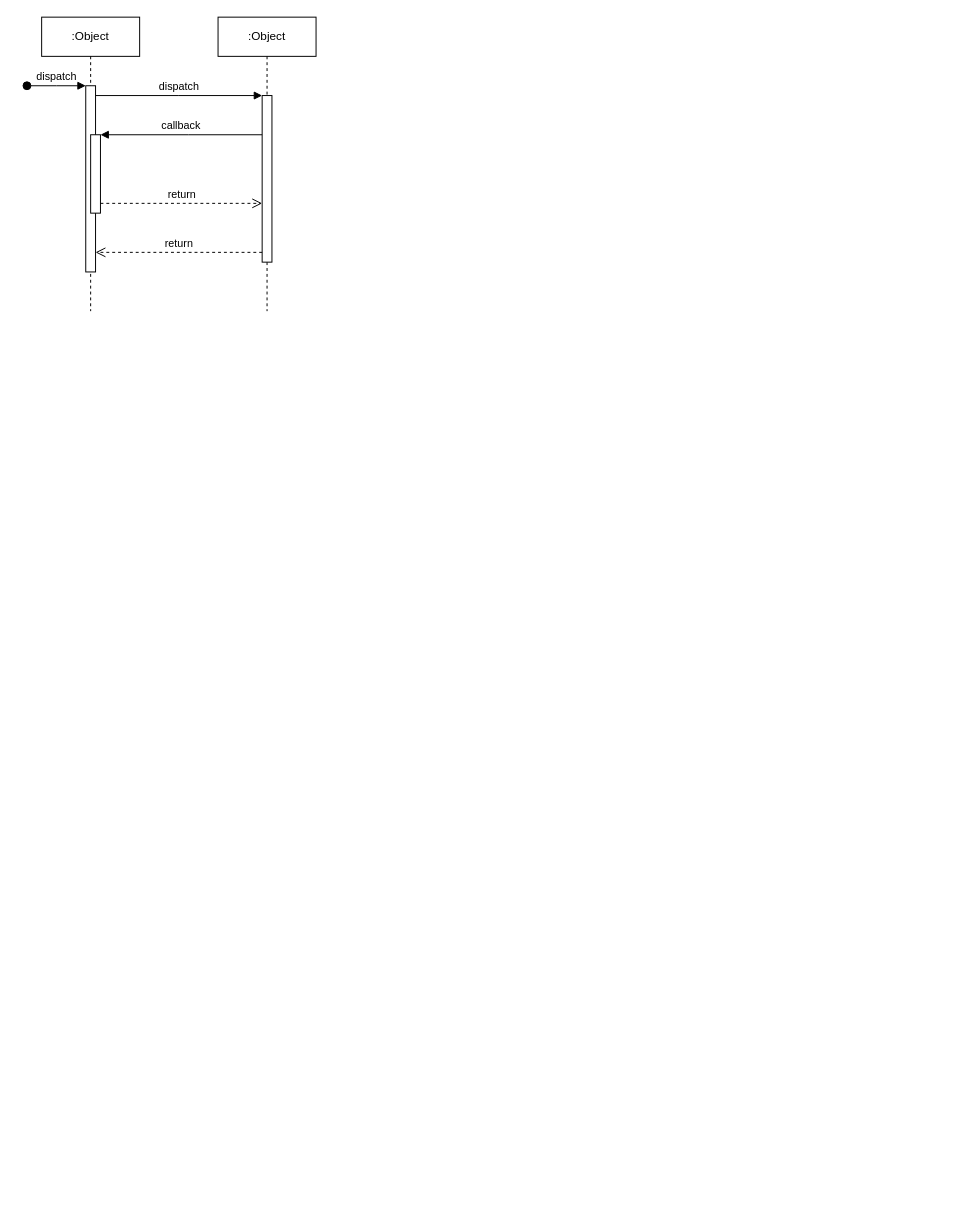
Above: sequence_diagram_anomaly_detection.drawio in ShineSoYoung/TEST (draw.io), before the change. Source tidied: cells renumbered, new cells numbered last; positions are measured from the earlier drawing's top-left corner, leaving out a move shared by most shapes. Both pictures are drawn from the tidied source at 98%, with x=0, y=0 at pixel (26, 17).
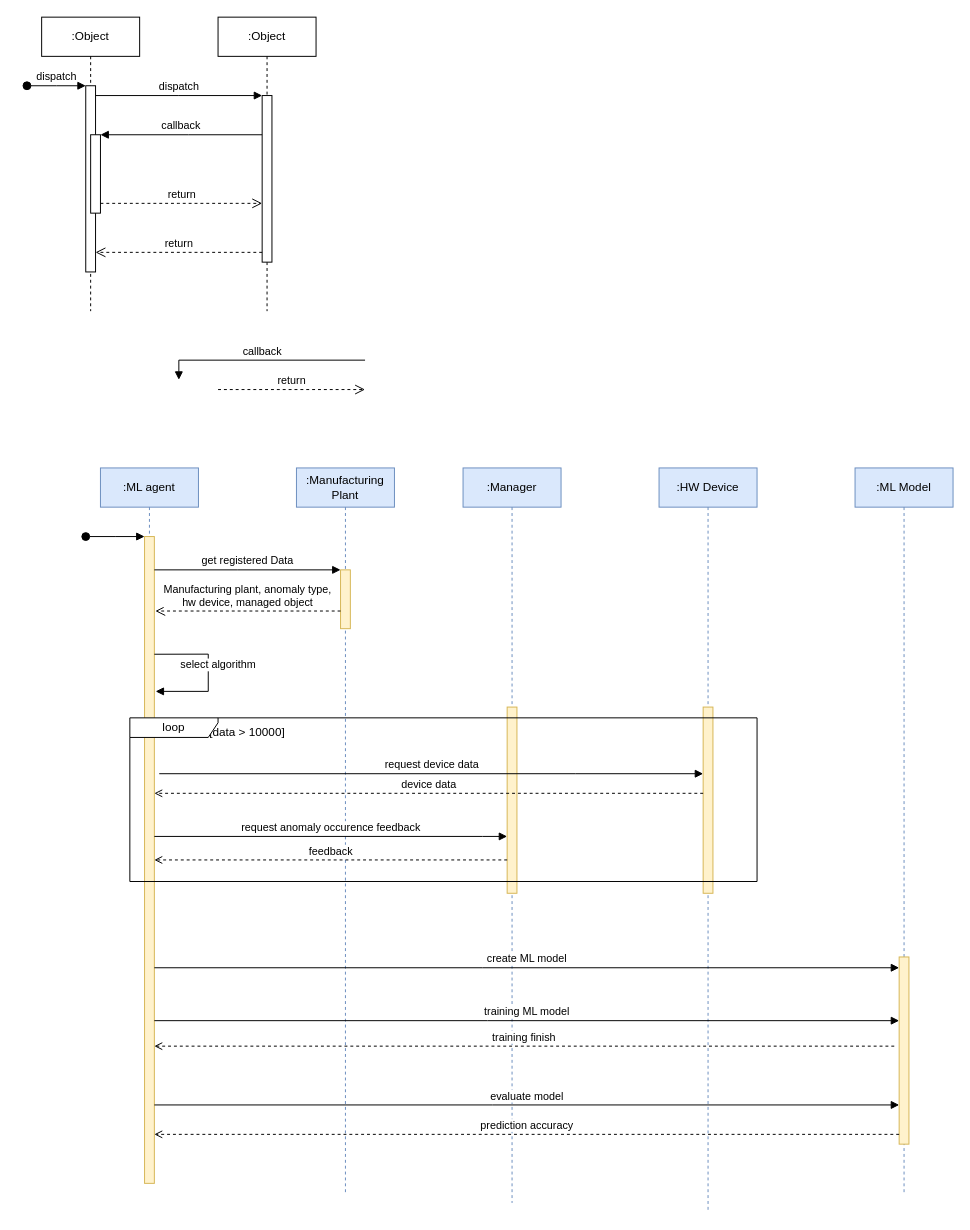
Above is the later version.

The edit, as a diff of the source:
```diff
@@
+    <mxCell id="12" value=":ML agent" style="shape=umlLifeline;perimeter=lifelinePerimeter;whiteSpace=wrap;html=1;newEdgeStyle={&quot;edgeStyle&quot;:&quot;elbowEdgeStyle&quot;,&quot;elbow&quot;:&quot;vertical&quot;,&quot;curved&quot;:0,&quot;rounded&quot;:0};fillColor=#dae8fc;strokeColor=#6c8ebf;" parent="1" vertex="1">
+      <mxGeometry x="75" y="460" width="100" height="730" as="geometry" />
+    </mxCell>
+    <mxCell id="13" style="html=1;verticalAlign=bottom;startArrow=oval;endArrow=block;startSize=8;edgeStyle=elbowEdgeStyle;elbow=vertical;curved=0;rounded=0;" parent="12" edge="1" target="14">
+      <mxGeometry relative="1" as="geometry">
+        <mxPoint x="-15" y="70" as="sourcePoint" />
+      </mxGeometry>
+    </mxCell>
+    <mxCell id="14" style="html=1;points=[];perimeter=orthogonalPerimeter;outlineConnect=0;targetShapes=umlLifeline;portConstraint=eastwest;newEdgeStyle={&quot;edgeStyle&quot;:&quot;elbowEdgeStyle&quot;,&quot;elbow&quot;:&quot;vertical&quot;,&quot;curved&quot;:0,&quot;rounded&quot;:0};fillColor=#fff2cc;strokeColor=#d6b656;" parent="12" vertex="1">
+      <mxGeometry x="45" y="70" width="10" height="660" as="geometry" />
+    </mxCell>
+    <mxCell id="15" value=":Manufacturing Plant" style="shape=umlLifeline;perimeter=lifelinePerimeter;whiteSpace=wrap;html=1;newEdgeStyle={&quot;edgeStyle&quot;:&quot;elbowEdgeStyle&quot;,&quot;elbow&quot;:&quot;vertical&quot;,&quot;curved&quot;:0,&quot;rounded&quot;:0};fillColor=#dae8fc;strokeColor=#6c8ebf;" parent="1" vertex="1">
+      <mxGeometry x="275" y="460" width="100" height="740" as="geometry" />
+    </mxCell>
+    <mxCell id="16" style="html=1;points=[];perimeter=orthogonalPerimeter;outlineConnect=0;targetShapes=umlLifeline;portConstraint=eastwest;newEdgeStyle={&quot;edgeStyle&quot;:&quot;elbowEdgeStyle&quot;,&quot;elbow&quot;:&quot;vertical&quot;,&quot;curved&quot;:0,&quot;rounded&quot;:0};fillColor=#fff2cc;strokeColor=#d6b656;" parent="15" vertex="1">
+      <mxGeometry x="45" y="104" width="10" height="60" as="geometry" />
+    </mxCell>
+    <mxCell id="17" value="get registered Data" style="html=1;verticalAlign=bottom;endArrow=block;edgeStyle=elbowEdgeStyle;elbow=vertical;curved=0;rounded=0;" parent="1" edge="1" target="16">
+      <mxGeometry relative="1" as="geometry">
+        <mxPoint x="130" y="564" as="sourcePoint" />
+        <Array as="points">
+          <mxPoint x="215" y="564" />
+        </Array>
+      </mxGeometry>
+    </mxCell>
+    <mxCell id="18" value="callback" style="html=1;verticalAlign=bottom;endArrow=block;edgeStyle=elbowEdgeStyle;elbow=vertical;curved=0;rounded=0;" parent="1" edge="1">
+      <mxGeometry relative="1" as="geometry">
+        <mxPoint x="345" y="350" as="sourcePoint" />
+        <mxPoint x="155" y="370" as="targetPoint" />
+        <Array as="points">
+          <mxPoint x="325" y="350" />
+          <mxPoint x="265" y="610" />
+          <mxPoint x="225" y="580" />
+        </Array>
+      </mxGeometry>
+    </mxCell>
+    <mxCell id="19" value="return" style="html=1;verticalAlign=bottom;endArrow=open;dashed=1;endSize=8;edgeStyle=elbowEdgeStyle;elbow=vertical;curved=0;rounded=0;" parent="1" edge="1">
+      <mxGeometry relative="1" as="geometry">
+        <mxPoint x="195" y="380" as="sourcePoint" />
+        <mxPoint x="345" y="380" as="targetPoint" />
+        <Array as="points">
+          <mxPoint x="265" y="380" />
+        </Array>
+      </mxGeometry>
+    </mxCell>
+    <mxCell id="20" value=":Manager" style="shape=umlLifeline;perimeter=lifelinePerimeter;whiteSpace=wrap;html=1;newEdgeStyle={&quot;edgeStyle&quot;:&quot;elbowEdgeStyle&quot;,&quot;elbow&quot;:&quot;vertical&quot;,&quot;curved&quot;:0,&quot;rounded&quot;:0};fillColor=#dae8fc;strokeColor=#6c8ebf;" parent="1" vertex="1">
+      <mxGeometry x="445" y="460" width="100" height="750" as="geometry" />
+    </mxCell>
+    <mxCell id="21" style="html=1;perimeter=orthogonalPerimeter;targetShapes=umlLifeline;newEdgeStyle={&quot;edgeStyle&quot;:&quot;elbowEdgeStyle&quot;,&quot;elbow&quot;:&quot;vertical&quot;,&quot;curved&quot;:0,&quot;rounded&quot;:0};fillColor=#fff2cc;strokeColor=#d6b656;" parent="20" vertex="1">
+      <mxGeometry x="45" y="244" width="10" height="190" as="geometry" />
+    </mxCell>
+    <mxCell id="22" value=":HW Device" style="shape=umlLifeline;perimeter=lifelinePerimeter;whiteSpace=wrap;html=1;newEdgeStyle={&quot;edgeStyle&quot;:&quot;elbowEdgeStyle&quot;,&quot;elbow&quot;:&quot;vertical&quot;,&quot;curved&quot;:0,&quot;rounded&quot;:0};fillColor=#dae8fc;strokeColor=#6c8ebf;" parent="1" vertex="1">
+      <mxGeometry x="645" y="460" width="100" height="760" as="geometry" />
+    </mxCell>
+    <mxCell id="23" style="html=1;perimeter=orthogonalPerimeter;targetShapes=umlLifeline;newEdgeStyle={&quot;edgeStyle&quot;:&quot;elbowEdgeStyle&quot;,&quot;elbow&quot;:&quot;vertical&quot;,&quot;curved&quot;:0,&quot;rounded&quot;:0};fillColor=#fff2cc;strokeColor=#d6b656;" parent="22" vertex="1">
+      <mxGeometry x="45" y="244" width="10" height="190" as="geometry" />
+    </mxCell>
+    <mxCell id="24" value="Manufacturing plant, anomaly type, &lt;br&gt;hw device, managed object&lt;br&gt;" style="html=1;verticalAlign=bottom;endArrow=open;dashed=1;endSize=8;edgeStyle=elbowEdgeStyle;elbow=vertical;curved=0;rounded=0;" parent="1" edge="1" source="16">
+      <mxGeometry relative="1" as="geometry">
+        <mxPoint x="131" y="606" as="targetPoint" />
+        <Array as="points">
+          <mxPoint x="226" y="606" />
+        </Array>
+      </mxGeometry>
+    </mxCell>
+    <mxCell id="25" value="request anomaly occurence feedback" style="html=1;verticalAlign=bottom;endArrow=block;edgeStyle=elbowEdgeStyle;elbow=vertical;curved=0;rounded=0;" parent="1" edge="1">
+      <mxGeometry relative="1" as="geometry">
+        <mxPoint x="130" y="836" as="sourcePoint" />
+        <mxPoint x="490" y="836" as="targetPoint" />
+        <Array as="points">
+          <mxPoint x="465" y="836" />
+          <mxPoint x="185" y="646" />
+          <mxPoint x="295" y="646" />
+          <mxPoint x="225" y="566" />
+        </Array>
+      </mxGeometry>
+    </mxCell>
+    <mxCell id="26" value="[data &amp;gt; 10000]" style="text;html=1;strokeColor=none;fillColor=none;align=center;verticalAlign=middle;whiteSpace=wrap;rounded=0;" parent="1" vertex="1">
+      <mxGeometry x="175" y="715" width="100" height="30" as="geometry" />
+    </mxCell>
+    <mxCell id="27" value="device data" style="html=1;verticalAlign=bottom;endArrow=open;edgeStyle=elbowEdgeStyle;elbow=vertical;curved=0;rounded=0;endFill=0;dashed=1;" parent="1" edge="1">
+      <mxGeometry relative="1" as="geometry">
+        <mxPoint x="690" y="792" as="sourcePoint" />
+        <mxPoint x="130" y="792" as="targetPoint" />
+        <Array as="points">
+          <mxPoint x="555" y="792" />
+          <mxPoint x="665" y="792" />
+          <mxPoint x="595" y="712" />
+        </Array>
+      </mxGeometry>
+    </mxCell>
+    <mxCell id="28" value="loop" style="shape=umlFrame;whiteSpace=wrap;html=1;width=90;height=20;" parent="1" vertex="1">
+      <mxGeometry x="105" y="715" width="640" height="167" as="geometry" />
+    </mxCell>
+    <mxCell id="29" value="feedback" style="html=1;verticalAlign=bottom;endArrow=open;edgeStyle=elbowEdgeStyle;elbow=vertical;curved=0;rounded=0;endFill=0;dashed=1;" parent="1" edge="1">
+      <mxGeometry relative="1" as="geometry">
+        <mxPoint x="490" y="860" as="sourcePoint" />
+        <mxPoint x="130" y="860" as="targetPoint" />
+        <Array as="points">
+          <mxPoint x="185" y="860" />
+          <mxPoint x="295" y="860" />
+          <mxPoint x="225" y="780" />
+        </Array>
+      </mxGeometry>
+    </mxCell>
+    <mxCell id="30" value="request device data" style="html=1;verticalAlign=bottom;endArrow=block;edgeStyle=elbowEdgeStyle;elbow=vertical;curved=0;rounded=0;" parent="1" edge="1">
+      <mxGeometry relative="1" as="geometry">
+        <mxPoint x="135" y="772" as="sourcePoint" />
+        <mxPoint x="690" y="772" as="targetPoint" />
+        <Array as="points">
+          <mxPoint x="560" y="772" />
+          <mxPoint x="670" y="772" />
+          <mxPoint x="600" y="692" />
+        </Array>
+      </mxGeometry>
+    </mxCell>
+    <mxCell id="31" value=":ML Model" style="shape=umlLifeline;perimeter=lifelinePerimeter;whiteSpace=wrap;html=1;newEdgeStyle={&quot;edgeStyle&quot;:&quot;elbowEdgeStyle&quot;,&quot;elbow&quot;:&quot;vertical&quot;,&quot;curved&quot;:0,&quot;rounded&quot;:0};fillColor=#dae8fc;strokeColor=#6c8ebf;" parent="1" vertex="1">
+      <mxGeometry x="845" y="460" width="100" height="740" as="geometry" />
+    </mxCell>
+    <mxCell id="32" style="html=1;points=[];perimeter=orthogonalPerimeter;outlineConnect=0;targetShapes=umlLifeline;portConstraint=eastwest;newEdgeStyle={&quot;edgeStyle&quot;:&quot;elbowEdgeStyle&quot;,&quot;elbow&quot;:&quot;vertical&quot;,&quot;curved&quot;:0,&quot;rounded&quot;:0};fillColor=#fff2cc;strokeColor=#d6b656;" parent="31" vertex="1">
+      <mxGeometry x="45" y="499" width="10" height="191" as="geometry" />
+    </mxCell>
+    <mxCell id="33" value="training ML model" style="html=1;verticalAlign=bottom;endArrow=block;edgeStyle=elbowEdgeStyle;elbow=vertical;curved=0;rounded=0;" parent="1" edge="1">
+      <mxGeometry relative="1" as="geometry">
+        <mxPoint x="130" y="1024" as="sourcePoint" />
+        <mxPoint x="890" y="1024" as="targetPoint" />
+        <Array as="points">
+          <mxPoint x="470" y="1024" />
+          <mxPoint x="190" y="834" />
+          <mxPoint x="300" y="834" />
+          <mxPoint x="230" y="754" />
+        </Array>
+      </mxGeometry>
+    </mxCell>
+    <mxCell id="34" value="training finish" style="html=1;verticalAlign=bottom;endArrow=open;edgeStyle=elbowEdgeStyle;elbow=vertical;curved=0;rounded=0;endFill=0;dashed=1;" parent="1" edge="1">
+      <mxGeometry relative="1" as="geometry">
+        <mxPoint x="885" y="1050" as="sourcePoint" />
+        <mxPoint x="130" y="1050" as="targetPoint" />
+        <Array as="points">
+          <mxPoint x="210" y="1050" />
+          <mxPoint x="320" y="1050" />
+          <mxPoint x="250" y="970" />
+        </Array>
+      </mxGeometry>
+    </mxCell>
+    <mxCell id="35" value="create ML model" style="html=1;verticalAlign=bottom;endArrow=block;edgeStyle=elbowEdgeStyle;elbow=vertical;curved=0;rounded=0;" parent="1" edge="1" source="14" target="32">
+      <mxGeometry relative="1" as="geometry">
+        <Array as="points">
+          <mxPoint x="465" y="970" />
+          <mxPoint x="185" y="780" />
+          <mxPoint x="295" y="780" />
+          <mxPoint x="225" y="700" />
+        </Array>
+      </mxGeometry>
+    </mxCell>
+    <mxCell id="36" value="select algorithm" style="html=1;verticalAlign=bottom;endArrow=block;edgeStyle=elbowEdgeStyle;elbow=vertical;curved=0;rounded=0;" parent="1" edge="1">
+      <mxGeometry x="-0.56" y="10" relative="1" as="geometry">
+        <mxPoint x="185" y="650" as="sourcePoint" />
+        <mxPoint x="131.3" y="688" as="targetPoint" />
+        <Array as="points">
+          <mxPoint x="457" y="688" />
+          <mxPoint x="482" y="802" />
+          <mxPoint x="592" y="802" />
+          <mxPoint x="522" y="722" />
+        </Array>
+      </mxGeometry>
+    </mxCell>
+    <mxCell id="37" style="endArrow=none;html=1;rounded=0;entryX=0.5;entryY=0.182;entryDx=0;entryDy=0;entryPerimeter=0;" parent="1" edge="1">
+      <mxGeometry relative="1" as="geometry">
+        <mxPoint x="185" y="650" as="sourcePoint" />
+        <mxPoint x="130" y="650.1" as="targetPoint" />
+      </mxGeometry>
+    </mxCell>
+    <mxCell id="38" value="evaluate model" style="html=1;verticalAlign=bottom;endArrow=block;edgeStyle=elbowEdgeStyle;elbow=vertical;curved=0;rounded=0;" parent="1" edge="1" source="14" target="32">
+      <mxGeometry relative="1" as="geometry">
+        <Array as="points">
+          <mxPoint x="475" y="1110" />
+          <mxPoint x="195" y="920" />
+          <mxPoint x="305" y="920" />
+          <mxPoint x="235" y="840" />
+        </Array>
+      </mxGeometry>
+    </mxCell>
+    <mxCell id="39" value="prediction accuracy" style="html=1;verticalAlign=bottom;endArrow=open;edgeStyle=elbowEdgeStyle;elbow=vertical;curved=0;rounded=0;endFill=0;dashed=1;" parent="1" edge="1" source="32" target="14">
+      <mxGeometry relative="1" as="geometry">
+        <Array as="points">
+          <mxPoint x="575" y="1140" />
+          <mxPoint x="475" y="1130" />
+          <mxPoint x="220" y="1060" />
+          <mxPoint x="330" y="1060" />
+          <mxPoint x="260" y="980" />
+        </Array>
+      </mxGeometry>
+    </mxCell>
```
